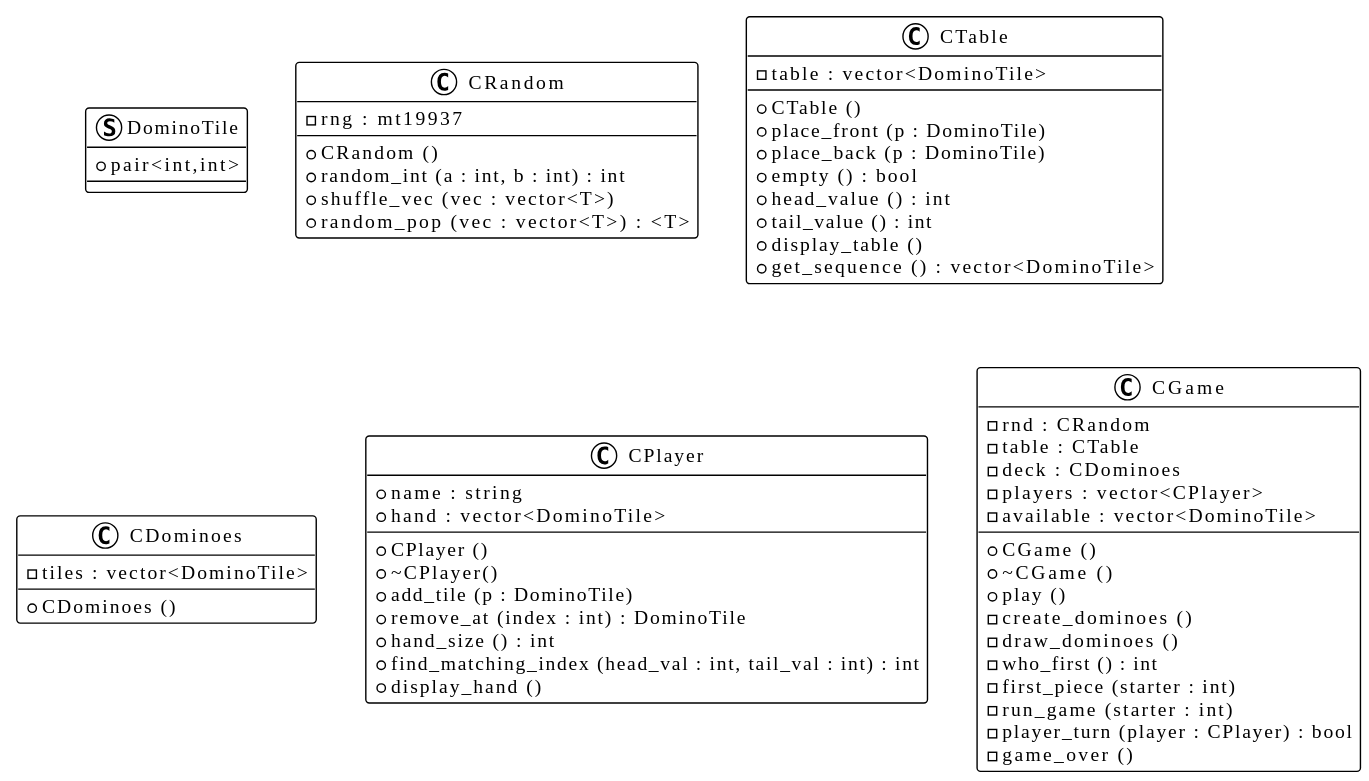
This is puml/all-in-one.svg from CalculatePointing717/CSCI300-Combo1, a PlantUML export, as it was before one commit.
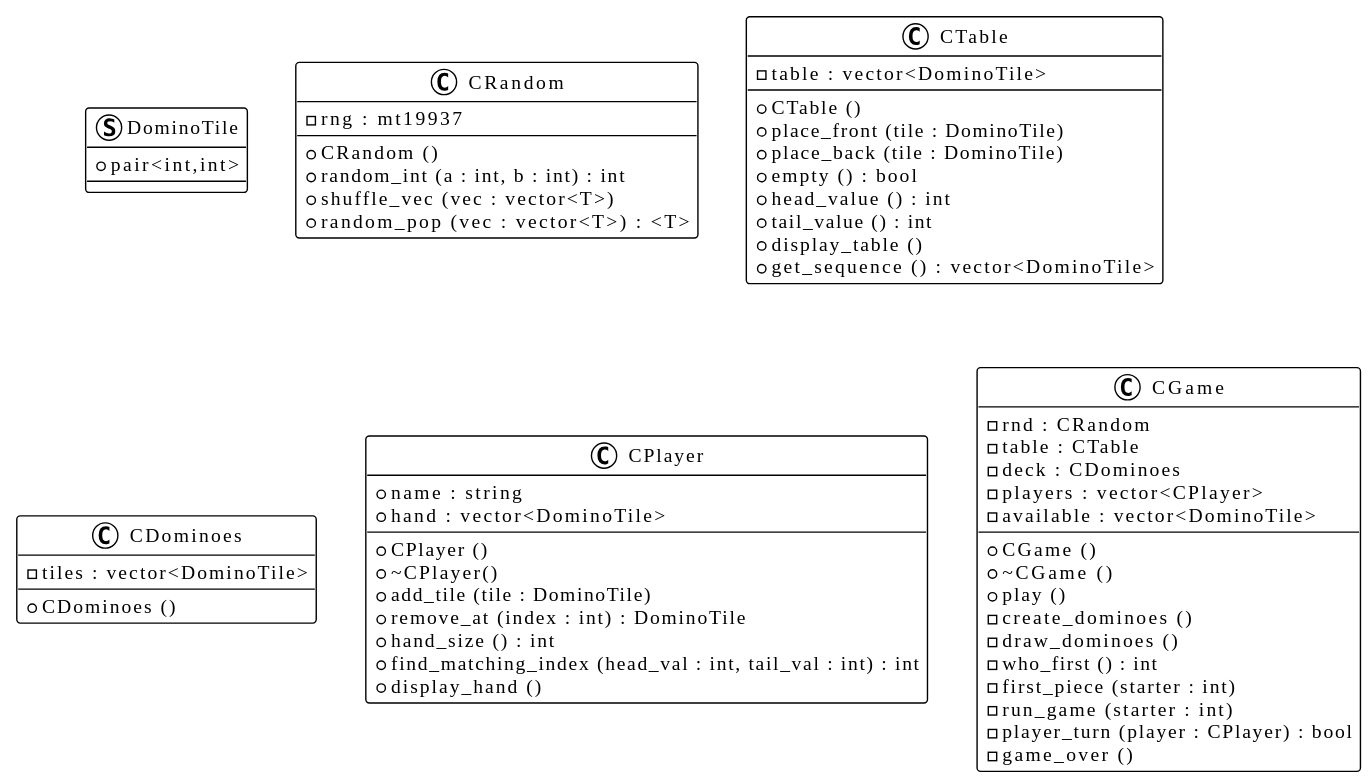
The same diagram one commit later.

What changed in the source:
```diff
@@ -18,8 +18,8 @@
 class CTable
 {
     + CTable ()
-    + place_front (p : DominoTile)
-    + place_back (p : DominoTile)
+    + place_front (tile : DominoTile)
+    + place_back (tile : DominoTile)
     + empty () : bool
     + head_value () : int
     + tail_value () : int
@@ -38,7 +38,7 @@
 {
     + CPlayer ()
     + ~CPlayer()
-    + add_tile (p : DominoTile)
+    + add_tile (tile : DominoTile)
     + remove_at (index : int) : DominoTile
     + hand_size () : int
     + find_matching_index (head_val : int, tail_val : int) : int
```
